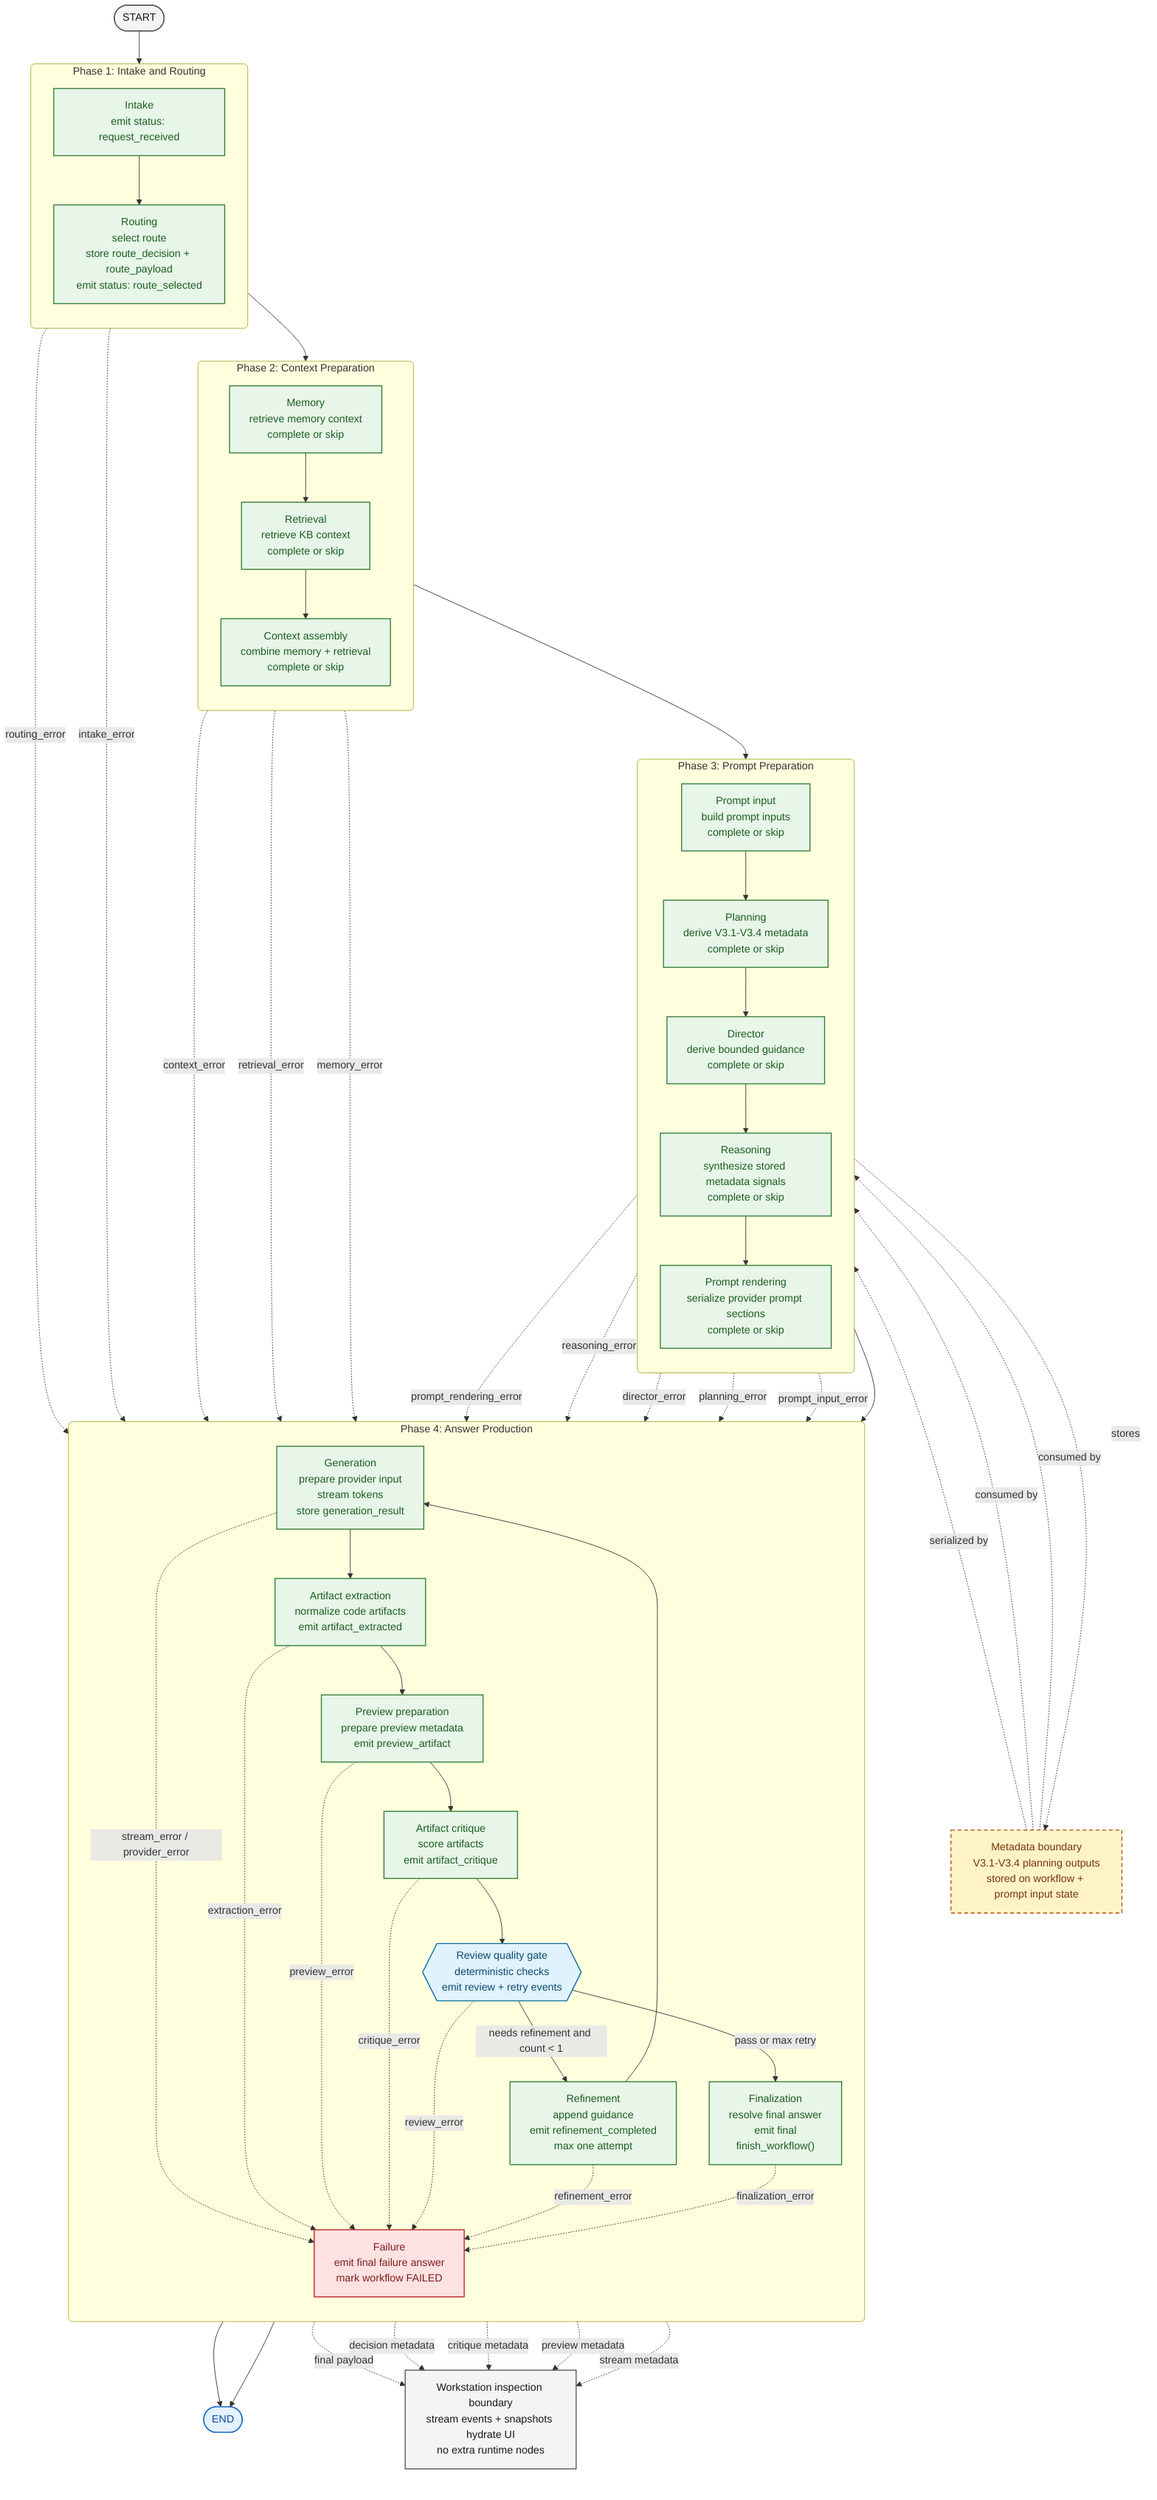
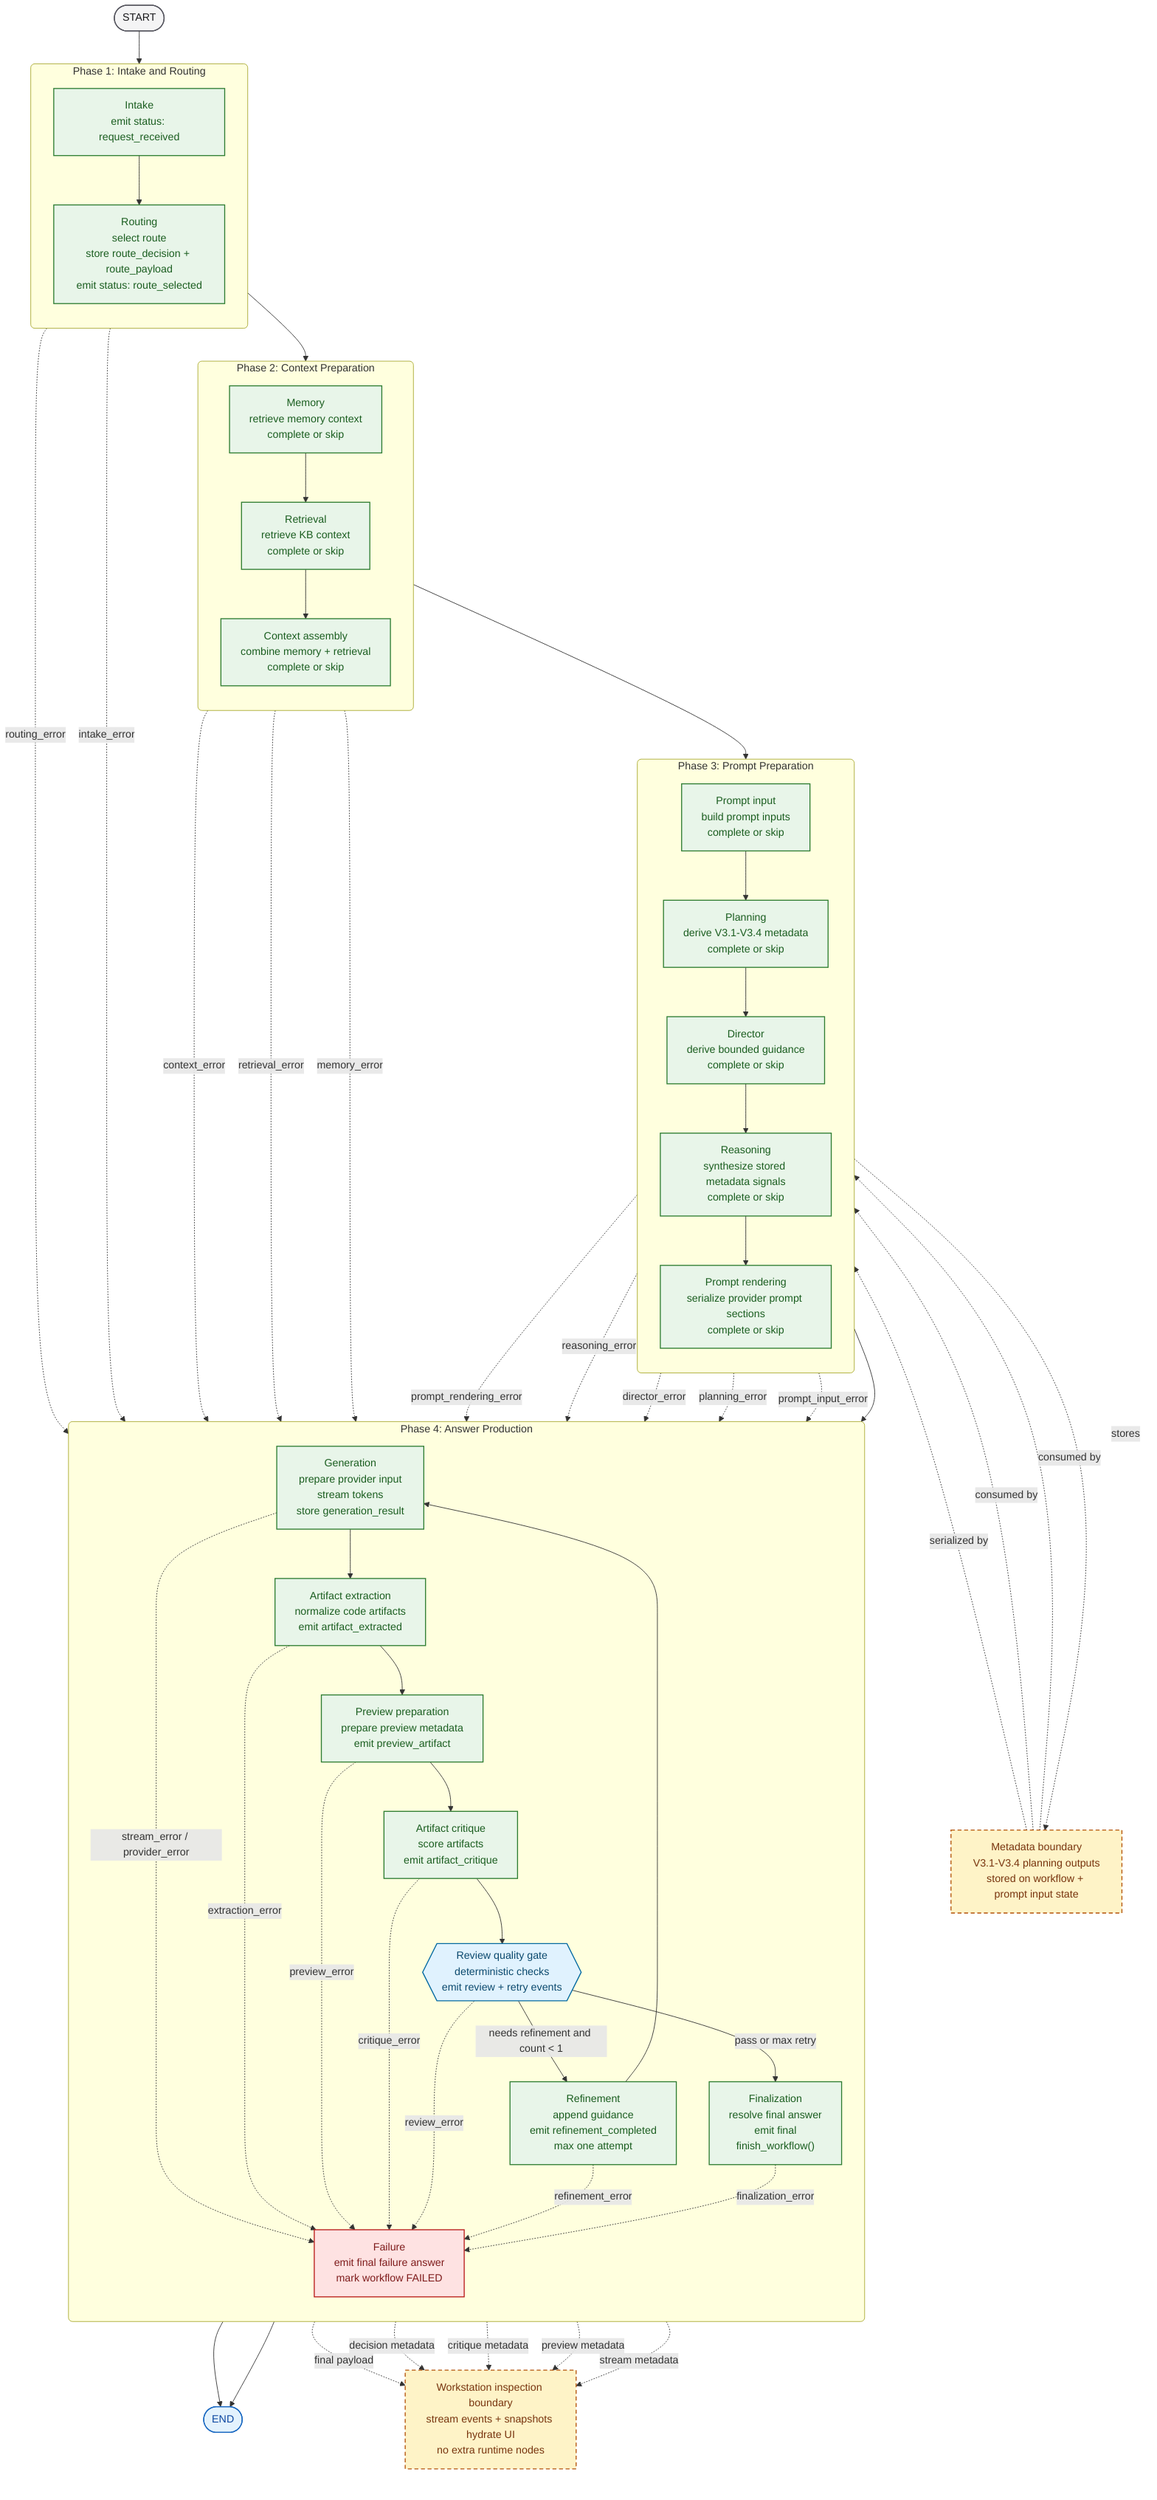
flowchart TB
    %% Class palette
    classDef boundary fill:#F4F4F5,stroke:#52525B,color:#18181B,stroke-width:1.5px;
    classDef implemented fill:#E8F5E9,stroke:#2E7D32,color:#1B5E20,stroke-width:1.5px;
    classDef gate fill:#E0F2FE,stroke:#0369A1,color:#0C4A6E,stroke-width:1.5px;
    classDef failure fill:#FEE2E2,stroke:#B91C1C,color:#7F1D1D,stroke-width:1.5px;
    classDef terminal fill:#E3F2FD,stroke:#1565C0,color:#0D47A1,stroke-width:1.5px;
-     classDef metadata fill:#FEF3C7,stroke:#B45309,color:#78350F,stroke-width:1.5px,stroke-dasharray: 6 4;
+     classDef relationship fill:#FEF3C7,stroke:#B45309,color:#78350F,stroke-width:1.5px,stroke-dasharray: 6 4;

    %% Terminal nodes
    start([START])
    finish([END])

    %% Runtime phases
    subgraph phase_1["Phase 1: Intake and Routing"]
        direction TB
        intake["Intake<br/>emit status: request_received"]
        routing["Routing<br/>select route<br/>store route_decision + route_payload<br/>emit status: route_selected"]
    end

    subgraph phase_2["Phase 2: Context Preparation"]
        direction TB
        memory["Memory<br/>retrieve memory context<br/>complete or skip"]
        retrieval["Retrieval<br/>retrieve KB context<br/>complete or skip"]
        context_assembly["Context assembly<br/>combine memory + retrieval<br/>complete or skip"]
    end

    subgraph phase_3["Phase 3: Prompt Preparation"]
        direction TB
        prompt_input["Prompt input<br/>build prompt inputs<br/>complete or skip"]
        planning["Planning<br/>derive V3.1-V3.4 metadata<br/>complete or skip"]
        director["Director<br/>derive bounded guidance<br/>complete or skip"]
        reasoning["Reasoning<br/>synthesize stored metadata signals<br/>complete or skip"]
        prompt_rendering["Prompt rendering<br/>serialize provider prompt sections<br/>complete or skip"]
    end

    subgraph phase_4["Phase 4: Answer Production"]
        direction TB
        generation["Generation<br/>prepare provider input<br/>stream tokens<br/>store generation_result"]
        artifact_extraction["Artifact extraction<br/>normalize code artifacts<br/>emit artifact_extracted"]
        preview_preparation["Preview preparation<br/>prepare preview metadata<br/>emit preview_artifact"]
        artifact_critique["Artifact critique<br/>score artifacts<br/>emit artifact_critique"]
        review{{"Review quality gate<br/>deterministic checks<br/>emit review + retry events"}}
        refinement["Refinement<br/>append guidance<br/>emit refinement_completed<br/>max one attempt"]
        finalization["Finalization<br/>resolve final answer<br/>emit final<br/>finish_workflow()"]
        failure["Failure<br/>emit final failure answer<br/>mark workflow FAILED"]
    end

    %% Documentation boundaries
-     metadata_boundary["Metadata boundary<br/>V3.1-V3.4 planning outputs<br/>stored on workflow + prompt input state"]:::metadata
-     workstation_boundary["Workstation inspection boundary<br/>stream events + snapshots hydrate UI<br/>no extra runtime nodes"]:::boundary
+     metadata_boundary["Metadata boundary<br/>V3.1-V3.4 planning outputs<br/>stored on workflow + prompt input state"]:::relationship
+     workstation_boundary["Workstation inspection boundary<br/>stream events + snapshots hydrate UI<br/>no extra runtime nodes"]:::relationship

    %% Main success path
    start --> intake --> routing --> memory --> retrieval --> context_assembly --> prompt_input --> planning --> director --> reasoning --> prompt_rendering --> generation --> artifact_extraction --> preview_preparation --> artifact_critique --> review
    review -->|"pass or max retry"| finalization --> finish
    review -->|"needs refinement and count < 1"| refinement --> generation

    %% Metadata and inspection boundaries
    planning -. stores .-> metadata_boundary
    metadata_boundary -. consumed by .-> director
    metadata_boundary -. consumed by .-> reasoning
    metadata_boundary -. serialized by .-> prompt_rendering
    artifact_extraction -. stream metadata .-> workstation_boundary
    preview_preparation -. preview metadata .-> workstation_boundary
    artifact_critique -. critique metadata .-> workstation_boundary
    review -. decision metadata .-> workstation_boundary
    finalization -. final payload .-> workstation_boundary

    %% Failure paths
    intake -. intake_error .-> failure
    routing -. routing_error .-> failure
    memory -. memory_error .-> failure
    retrieval -. retrieval_error .-> failure
    context_assembly -. context_error .-> failure
    prompt_input -. prompt_input_error .-> failure
    planning -. planning_error .-> failure
    director -. director_error .-> failure
    reasoning -. reasoning_error .-> failure
    prompt_rendering -. prompt_rendering_error .-> failure
    generation -. stream_error / provider_error .-> failure
    artifact_extraction -. extraction_error .-> failure
    preview_preparation -. preview_error .-> failure
    artifact_critique -. critique_error .-> failure
    review -. review_error .-> failure
    refinement -. refinement_error .-> failure
    finalization -. finalization_error .-> failure
    failure --> finish

    %% Node classes
    class start boundary
    class finish terminal
    class intake,routing,memory,retrieval,context_assembly,prompt_input,planning,director,reasoning,prompt_rendering,generation,artifact_extraction,preview_preparation,artifact_critique,refinement,finalization implemented
    class review gate
    class failure failure
-     class metadata_boundary metadata
-     class workstation_boundary boundary
+     class metadata_boundary,workstation_boundary relationship

    %% Subgraph styling
    style phase_1 rx:6px,ry:6px
    style phase_2 rx:6px,ry:6px
    style phase_3 rx:6px,ry:6px
    style phase_4 rx:6px,ry:6px
